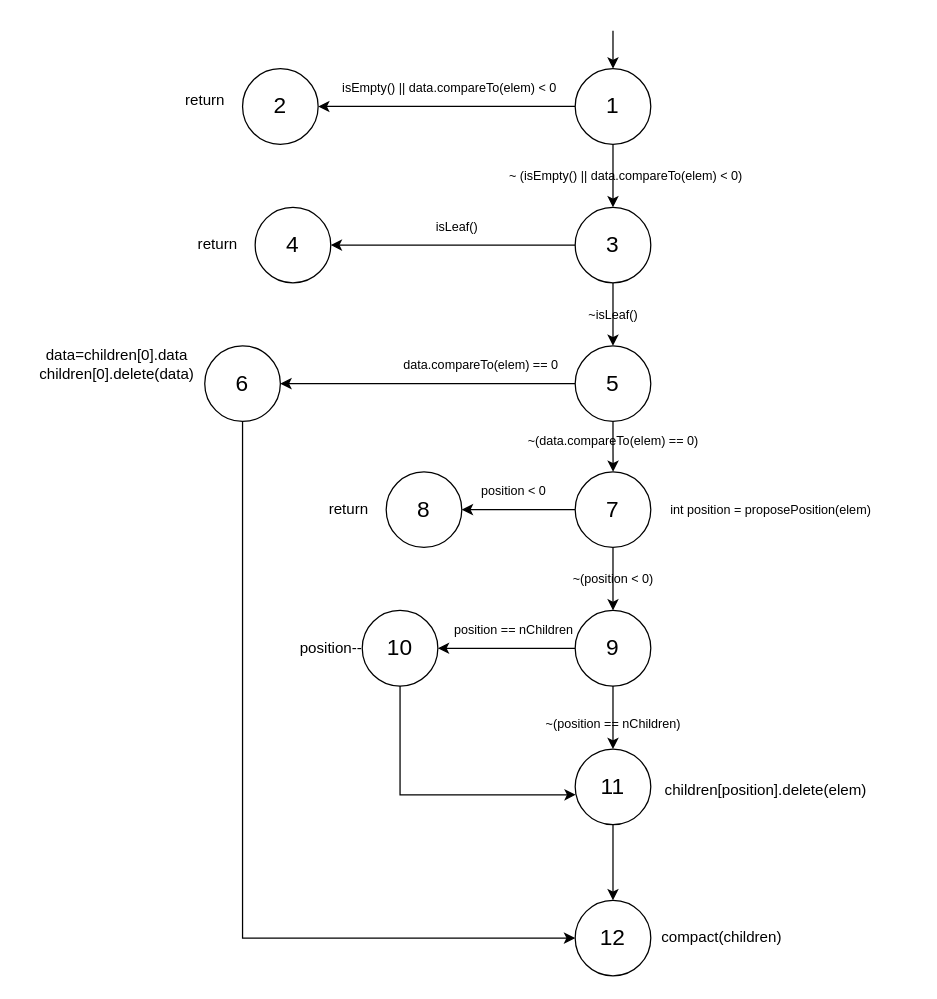
AlexandreFigueired0/ArrayNTree-Tests keeps this draw.io diagram as diagrams/CFG_delete.drawio. Above is the earlier version. Source tidied: cells renumbered, new cells numbered last; positions are measured from the earlier drawing's top-left corner, leaving out a move shared by most shapes. Both pictures are drawn from the tidied source at 126%, with x=0, y=0 at pixel (21, 30).
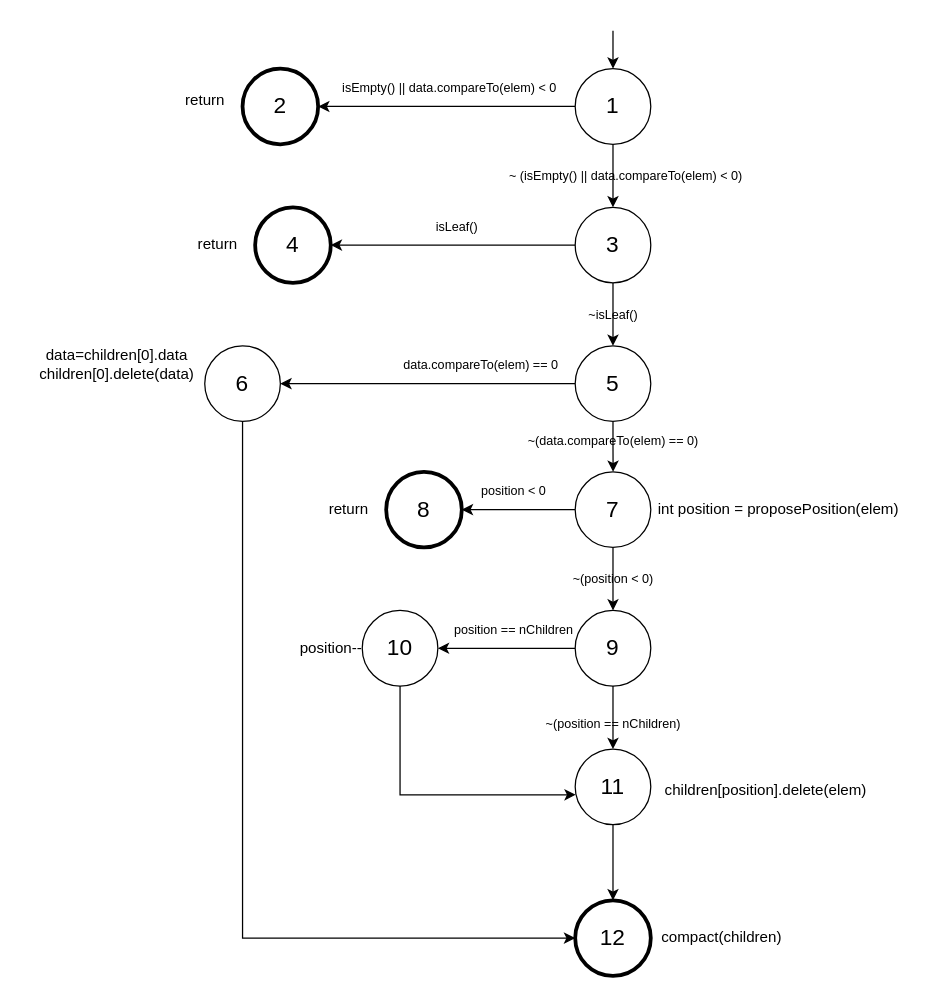
The same page after the edit.

What changed in the source:
```diff
@@
-    <mxCell id="6" value="&lt;font style=&quot;font-size: 18px;&quot;&gt;2&lt;/font&gt;" style="ellipse;whiteSpace=wrap;html=1;" parent="1" vertex="1">
+    <mxCell id="6" value="&lt;font style=&quot;font-size: 18px;&quot;&gt;2&lt;/font&gt;" style="ellipse;whiteSpace=wrap;html=1;strokeWidth=3;" parent="1" vertex="1">
       <mxGeometry x="175" y="30" width="60" height="60" as="geometry" />
     </mxCell>
@@
-    <mxCell id="13" value="&lt;font style=&quot;font-size: 18px;&quot;&gt;4&lt;/font&gt;" style="ellipse;whiteSpace=wrap;html=1;" parent="1" vertex="1">
+    <mxCell id="13" value="&lt;font style=&quot;font-size: 18px;&quot;&gt;4&lt;/font&gt;" style="ellipse;whiteSpace=wrap;html=1;strokeWidth=3;" parent="1" vertex="1">
       <mxGeometry x="185" y="140" width="60" height="60" as="geometry" />
     </mxCell>
@@
-    <mxCell id="28" value="int position = proposePosition(elem)" style="text;html=1;align=center;verticalAlign=middle;strokeColor=none;fillColor=none;fontSize=10;" parent="1" vertex="1">
-      <mxGeometry x="499" y="365" width="190" height="30" as="geometry" />
+    <mxCell id="28" value="int position = proposePosition(elem)" style="text;html=1;align=center;verticalAlign=middle;strokeColor=none;fillColor=none;fontSize=12;" parent="1" vertex="1">
+      <mxGeometry x="490" y="365" width="220" height="30" as="geometry" />
     </mxCell>
-    <mxCell id="29" value="&lt;div&gt;&lt;span style=&quot;font-size: 18px;&quot;&gt;8&lt;/span&gt;&lt;/div&gt;" style="ellipse;whiteSpace=wrap;html=1;" parent="1" vertex="1">
+    <mxCell id="29" value="&lt;div&gt;&lt;span style=&quot;font-size: 18px;&quot;&gt;8&lt;/span&gt;&lt;/div&gt;" style="ellipse;whiteSpace=wrap;html=1;strokeWidth=3;" parent="1" vertex="1">
       <mxGeometry x="289" y="350" width="60" height="60" as="geometry" />
     </mxCell>
@@
-    <mxCell id="44" value="&lt;span style=&quot;font-size: 18px;&quot;&gt;12&lt;/span&gt;" style="ellipse;whiteSpace=wrap;html=1;" parent="1" vertex="1">
+    <mxCell id="44" value="&lt;span style=&quot;font-size: 18px;&quot;&gt;12&lt;/span&gt;" style="ellipse;whiteSpace=wrap;html=1;strokeWidth=3;" parent="1" vertex="1">
       <mxGeometry x="439" y="690" width="60" height="60" as="geometry" />
     </mxCell>
```
